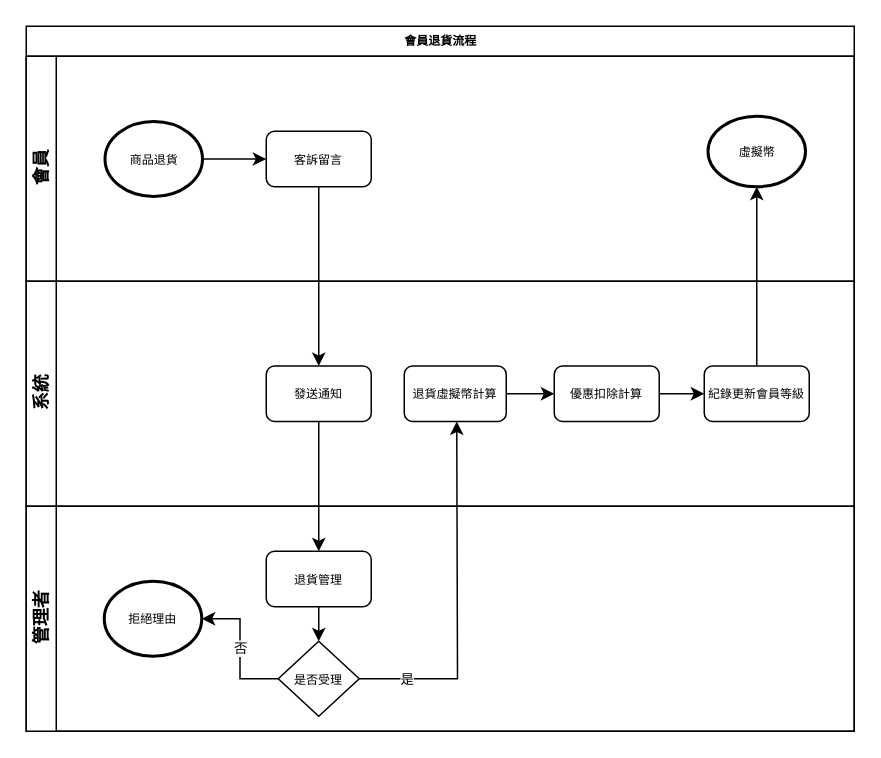
Shenyoyo/ShoppingWeb keeps this draw.io diagram as page "會員退貨流程" (7 of 11) of 系統規劃/購物網系統流程.drawio. Above is the earlier version. Source tidied: cells renumbered, new cells numbered last; positions are measured from the earlier drawing's top-left corner, leaving out a move shared by most shapes. Both pictures are drawn from the tidied source at 150%, with x=0, y=0 at pixel (26, 26).
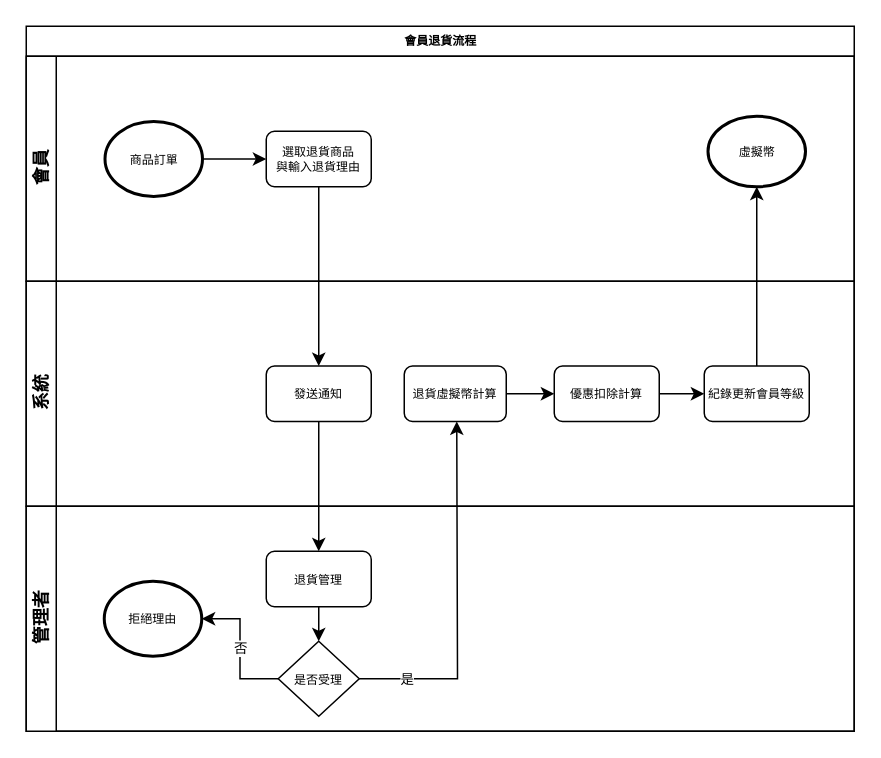
After the change.

The change refers to these unchanged cells:
```xml
<mxCell id="3" value="會員" style="swimlane;html=1;startSize=20;horizontal=0;flipV=0;" parent="2" vertex="1">
  <mxGeometry y="20" width="552" height="150" as="geometry" />
</mxCell>
```

What changed in the source:
```diff
@@
-    <mxCell id="6" value="客訴留言" style="rounded=1;whiteSpace=wrap;html=1;shadow=0;labelBackgroundColor=none;strokeWidth=1;fontFamily=Verdana;fontSize=8;align=center;" parent="3" vertex="1">
+    <mxCell id="6" value="選取退貨商品&lt;br&gt;與輸入退貨理由" style="rounded=1;whiteSpace=wrap;html=1;shadow=0;labelBackgroundColor=none;strokeWidth=1;fontFamily=Verdana;fontSize=8;align=center;" parent="3" vertex="1">
       <mxGeometry x="160" y="50" width="70" height="37" as="geometry" />
     </mxCell>
-    <mxCell id="7" value="&lt;span style=&quot;font-family: &amp;#34;verdana&amp;#34;&quot;&gt;商品退貨&lt;/span&gt;" style="strokeWidth=2;html=1;shape=mxgraph.flowchart.start_1;whiteSpace=wrap;fontSize=8;" parent="3" vertex="1">
+    <mxCell id="7" value="&lt;span style=&quot;font-family: &amp;#34;verdana&amp;#34;&quot;&gt;商品訂單&lt;/span&gt;" style="strokeWidth=2;html=1;shape=mxgraph.flowchart.start_1;whiteSpace=wrap;fontSize=8;" parent="3" vertex="1">
       <mxGeometry x="52.5" y="43.5" width="65" height="50" as="geometry" />
     </mxCell>
```
